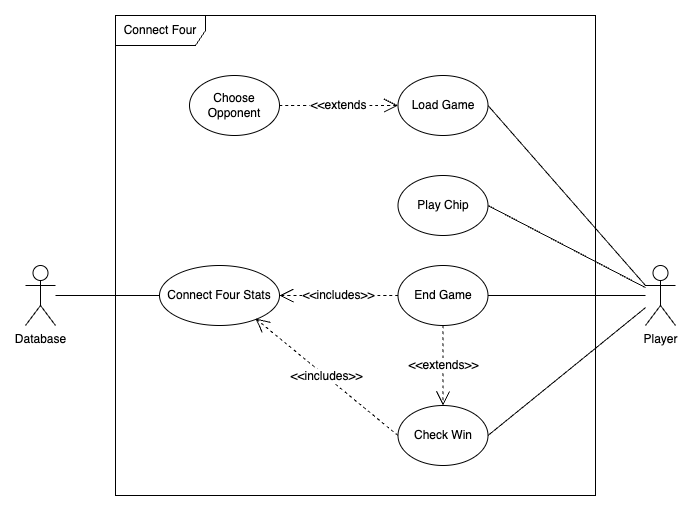
Before: connect_four_use_case_diagram.png, a diagram exported from draw.io (farshadislam/Socketed-Multigame-GUI). Source tidied: cells renumbered, new cells last; positions are measured from the earlier drawing's top-left corner, leaving out a move shared by most shapes.
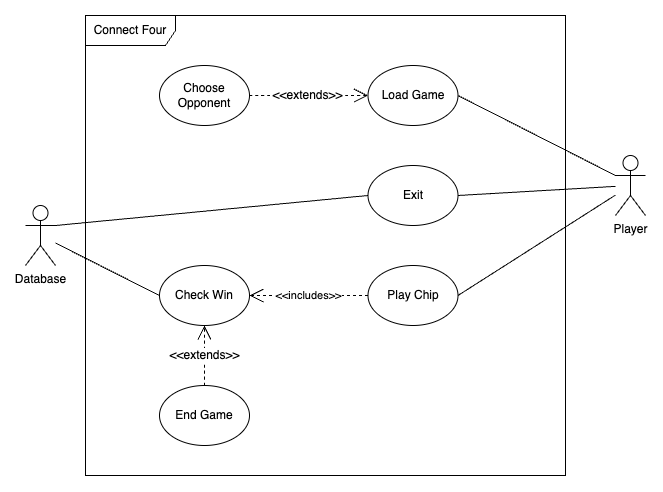
Above is the later version.

Commit message:
Simplified the use case diagram for connect four to not include excess cases

What changed in the source:
```diff
@@ -3,25 +3,22 @@
     <mxCell id="0" />
     <mxCell id="1" parent="0" />
     <mxCell id="2" value="Connect Four" style="shape=umlFrame;whiteSpace=wrap;html=1;width=90;height=30;" parent="1" vertex="1">
-      <mxGeometry x="90" width="480" height="480" as="geometry" />
+      <mxGeometry x="90" y="10" width="480" height="460" as="geometry" />
     </mxCell>
     <mxCell id="3" value="Player" style="shape=umlActor;verticalLabelPosition=bottom;verticalAlign=top;html=1;outlineConnect=0;" parent="1" vertex="1">
-      <mxGeometry x="620" y="250" width="30" height="60" as="geometry" />
+      <mxGeometry x="620" y="150" width="30" height="60" as="geometry" />
     </mxCell>
     <mxCell id="4" value="Load Game" style="ellipse;whiteSpace=wrap;html=1;" parent="1" vertex="1">
       <mxGeometry x="372.5" y="60" width="90" height="60" as="geometry" />
     </mxCell>
-    <mxCell id="5" value="Connect Four Stats" style="ellipse;whiteSpace=wrap;html=1;" parent="1" vertex="1">
-      <mxGeometry x="134" y="250" width="120" height="60" as="geometry" />
-    </mxCell>
     <mxCell id="6" value="Play Chip" style="ellipse;whiteSpace=wrap;html=1;" parent="1" vertex="1">
-      <mxGeometry x="372.5" y="160" width="90" height="60" as="geometry" />
+      <mxGeometry x="372.5" y="260" width="90" height="60" as="geometry" />
     </mxCell>
     <mxCell id="7" value="End Game" style="ellipse;whiteSpace=wrap;html=1;" parent="1" vertex="1">
-      <mxGeometry x="372.5" y="250" width="90" height="60" as="geometry" />
+      <mxGeometry x="164" y="380" width="90" height="60" as="geometry" />
     </mxCell>
     <mxCell id="8" value="Check Win" style="ellipse;whiteSpace=wrap;html=1;" parent="1" vertex="1">
-      <mxGeometry x="372.5" y="390" width="90" height="60" as="geometry" />
+      <mxGeometry x="164" y="260" width="90" height="60" as="geometry" />
     </mxCell>
     <mxCell id="9" style="endArrow=none;html=1;rounded=0;entryX=1;entryY=0.5;entryDx=0;entryDy=0;exitX=0;exitY=0.3333333333333333;exitDx=0;exitDy=0;exitPerimeter=0;" parent="1" edge="1" source="3" target="4">
       <mxGeometry relative="1" as="geometry" />
@@ -29,34 +26,32 @@
     <mxCell id="10" style="endArrow=none;html=1;rounded=0;exitX=1;exitY=0.5;exitDx=0;exitDy=0;" parent="1" edge="1" source="6" target="3">
       <mxGeometry relative="1" as="geometry" />
     </mxCell>
-    <mxCell id="11" style="endArrow=none;html=1;rounded=0;exitX=1;exitY=0.5;exitDx=0;exitDy=0;" parent="1" edge="1" source="7" target="3">
+    <mxCell id="11" style="endArrow=none;html=1;rounded=0;exitX=1;exitY=0.5;exitDx=0;exitDy=0;" parent="1" edge="1" source="21" target="3">
       <mxGeometry relative="1" as="geometry" />
     </mxCell>
-    <mxCell id="12" value="&amp;lt;&amp;lt;extends&amp;gt;&amp;gt;" style="endArrow=open;endSize=12;dashed=1;html=1;rounded=0;fontSize=12;curved=1;entryX=0.5;entryY=0;entryDx=0;entryDy=0;" parent="1" edge="1" source="7" target="8">
+    <mxCell id="12" value="&amp;lt;&amp;lt;extends&amp;gt;&amp;gt;" style="endArrow=open;endSize=12;dashed=1;html=1;rounded=0;fontSize=12;curved=1;entryX=0.5;entryY=1;entryDx=0;entryDy=0;exitX=0.5;exitY=0;exitDx=0;exitDy=0;" parent="1" edge="1" source="7" target="8">
       <mxGeometry relative="1" as="geometry" />
     </mxCell>
-    <mxCell id="13" value="&amp;lt;&amp;lt;includes&amp;gt;&amp;gt;" style="endArrow=open;endSize=12;dashed=1;html=1;rounded=0;fontSize=12;curved=1;exitX=0;exitY=0.5;exitDx=0;exitDy=0;" parent="1" edge="1" source="7" target="5">
-      <mxGeometry relative="1" as="geometry" />
-    </mxCell>
     <mxCell id="14" value="Database" style="shape=umlActor;verticalLabelPosition=bottom;verticalAlign=top;html=1;outlineConnect=0;" parent="1" vertex="1">
-      <mxGeometry y="250" width="30" height="60" as="geometry" />
+      <mxGeometry x="30" y="200" width="30" height="60" as="geometry" />
     </mxCell>
-    <mxCell id="15" style="endArrow=none;html=1;rounded=0;fontSize=12;startSize=8;endSize=8;curved=1;exitX=0;exitY=0.5;exitDx=0;exitDy=0;" parent="1" edge="1" source="5" target="14">
+    <mxCell id="15" style="endArrow=none;html=1;rounded=0;fontSize=12;startSize=8;endSize=8;curved=1;exitX=0;exitY=0.5;exitDx=0;exitDy=0;" parent="1" edge="1" source="8" target="14">
       <mxGeometry relative="1" as="geometry" />
     </mxCell>
     <mxCell id="16" value="Choose&lt;div&gt;Opponent&lt;/div&gt;" style="ellipse;whiteSpace=wrap;html=1;" parent="1" vertex="1">
       <mxGeometry x="164" y="60" width="90" height="60" as="geometry" />
     </mxCell>
-    <mxCell id="17" value="&amp;lt;&amp;lt;extends" style="endArrow=open;endSize=12;dashed=1;html=1;rounded=0;fontSize=12;curved=1;entryX=0;entryY=0.5;entryDx=0;entryDy=0;" parent="1" edge="1" source="16" target="4">
+    <mxCell id="17" value="&amp;lt;&amp;lt;extends&amp;gt;&amp;gt;" style="endArrow=open;endSize=12;dashed=1;html=1;rounded=0;fontSize=12;curved=1;entryX=0;entryY=0.5;entryDx=0;entryDy=0;" parent="1" edge="1" source="16" target="4">
       <mxGeometry x="-0.01" relative="1" as="geometry" />
     </mxCell>
-    <mxCell id="18" style="endArrow=none;html=1;rounded=0;fontSize=12;startSize=8;endSize=8;curved=1;exitX=1;exitY=0.5;exitDx=0;exitDy=0;" parent="1" edge="1" source="8" target="3">
-      <mxGeometry relative="1" as="geometry" />
-    </mxCell>
-    <mxCell id="19" value="&amp;lt;&amp;lt;includes&amp;gt;&amp;gt;" style="endArrow=open;endSize=12;dashed=1;html=1;rounded=0;fontSize=12;curved=1;exitX=0;exitY=0.5;exitDx=0;exitDy=0;" parent="1" edge="1" source="8">
-      <mxGeometry relative="1" as="geometry">
-        <mxPoint x="230" y="303" as="targetPoint" />
-      </mxGeometry>
-    </mxCell>
+    <mxCell id="20" value="&amp;lt;&amp;lt;includes&amp;gt;&amp;gt;" style="endArrow=open;endSize=12;dashed=1;html=1;rounded=0;entryX=1;entryY=0.5;entryDx=0;entryDy=0;exitX=0;exitY=0.5;exitDx=0;exitDy=0;" parent="1" edge="1" source="6" target="8">
+      <mxGeometry relative="1" as="geometry" />
+    </mxCell>
+    <mxCell id="21" value="Exit" style="ellipse;whiteSpace=wrap;html=1;" parent="1" vertex="1">
+      <mxGeometry x="372.5" y="160" width="90" height="60" as="geometry" />
+    </mxCell>
+    <mxCell id="22" style="endArrow=none;html=1;rounded=0;entryX=0;entryY=0.5;entryDx=0;entryDy=0;exitX=1;exitY=0.3333333333333333;exitDx=0;exitDy=0;exitPerimeter=0;" parent="1" edge="1" source="14" target="21">
+      <mxGeometry relative="1" as="geometry" />
+    </mxCell>
   </root>
 </mxGraphModel>
```
